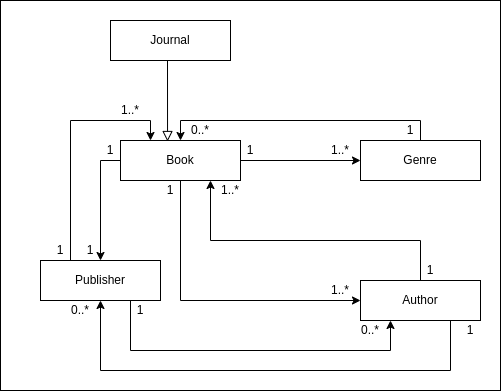
This is Diagrams/EFCoreBookStoreDB.drawio.png from Daizman/EFCore, a draw.io export, as it was before one commit. Source tidied: cells renumbered, new cells last; positions are measured from the earlier drawing's top-left corner, leaving out a move shared by most shapes.
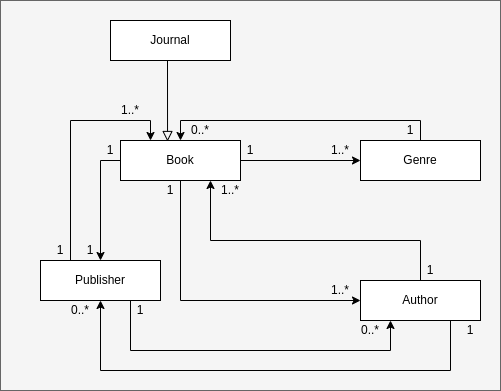
Above is the later version.

Commit message:
colorize background

What changed in the source:
```diff
@@ -2,7 +2,7 @@
   <root>
     <mxCell id="0" />
     <mxCell id="1" parent="0" />
-    <mxCell id="2" style="rounded=0;whiteSpace=wrap;html=1;" parent="1" vertex="1">
+    <mxCell id="2" style="rounded=0;whiteSpace=wrap;html=1;fillColor=#f5f5f5;fontColor=#333333;strokeColor=#666666;" parent="1" vertex="1">
       <mxGeometry width="500" height="390" as="geometry" />
     </mxCell>
     <mxCell id="3" style="edgeStyle=orthogonalEdgeStyle;rounded=0;jettySize=auto;html=1;exitX=1;exitY=0.5;exitDx=0;exitDy=0;" parent="1" edge="1" source="6" target="8">
```
